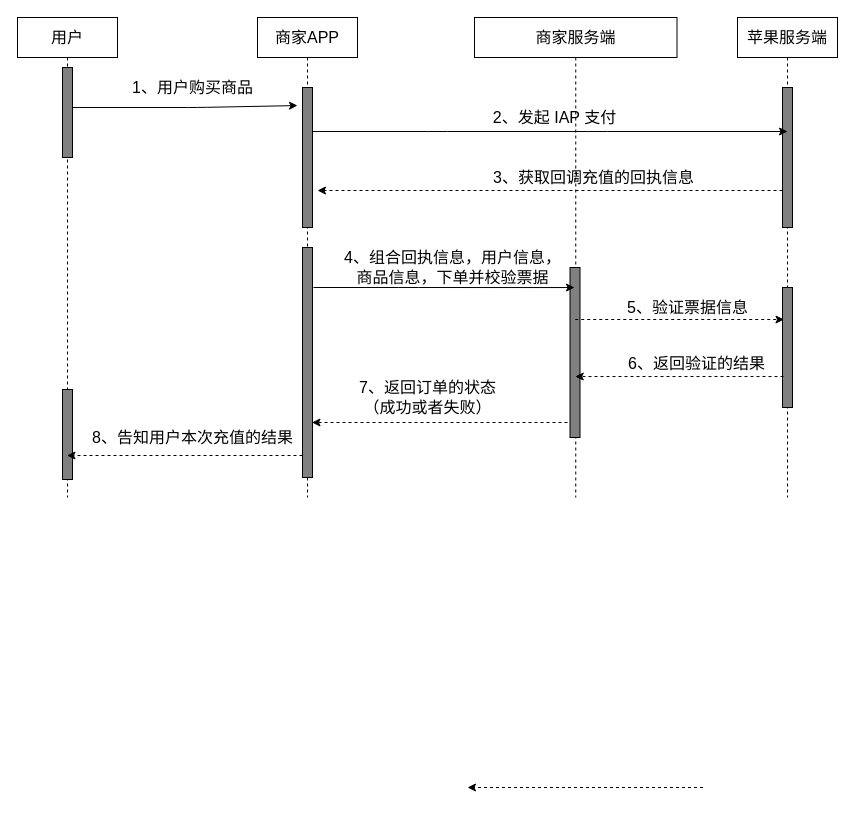
This is page "apple-iap-order-after" (1 of 4) of business/business.drawio from boilingfrog/Go-POINT, a draw.io file, before an edit. Source tidied: cells renumbered, new cells numbered last; positions are measured from the earlier drawing's top-left corner, leaving out a move shared by most shapes. Both pictures are drawn from the tidied source at 100%, with x=0, y=0 at pixel (17, 17).
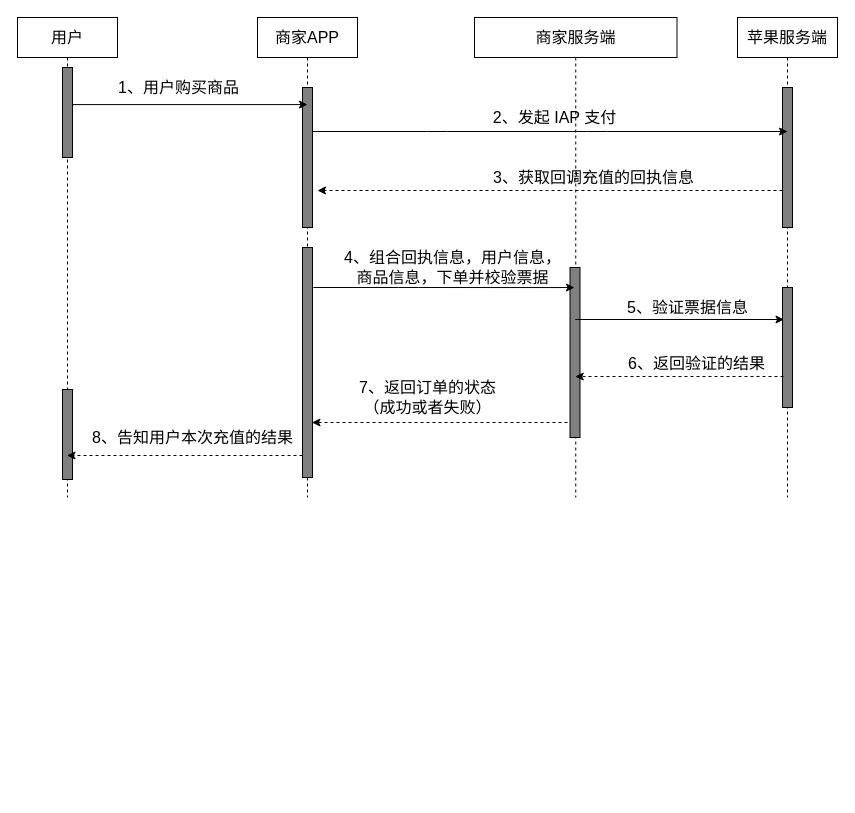
After the change.

The change refers to these unchanged cells:
```xml
<mxCell id="3" value="&lt;font style=&quot;font-size: 16px&quot;&gt;用户&lt;/font&gt;" style="shape=umlLifeline;perimeter=lifelinePerimeter;whiteSpace=wrap;html=1;outlineConnect=0;" parent="1" vertex="1">
  <mxGeometry width="100" height="480" as="geometry" />
</mxCell>
<mxCell id="7" style="html=1;points=[];perimeter=orthogonalPerimeter;fillColor=#808080;" parent="6" vertex="1">
  <mxGeometry x="45" y="70" width="10" height="140" as="geometry" />
</mxCell>
<mxCell id="9" value="&lt;font style=&quot;font-size: 16px&quot;&gt;商家服务端&lt;/font&gt;" style="shape=umlLifeline;perimeter=lifelinePerimeter;whiteSpace=wrap;html=1;outlineConnect=0;" parent="1" vertex="1">
  <mxGeometry x="457" width="202.5" height="480" as="geometry" />
</mxCell>
```

What changed in the source:
```diff
@@
-    <mxCell id="2" style="edgeStyle=none;html=1;fontSize=16;entryX=-0.5;entryY=0.129;entryDx=0;entryDy=0;entryPerimeter=0;" parent="1" edge="1" source="3" target="7">
-      <mxGeometry relative="1" as="geometry">
-        <Array as="points">
-          <mxPoint x="180" y="90" />
-        </Array>
-      </mxGeometry>
-    </mxCell>
@@
     <mxCell id="16" value="1、用户购买商品" style="text;html=1;align=center;verticalAlign=middle;strokeColor=none;fillColor=none;fontSize=16;" parent="1" vertex="1">
-      <mxGeometry x="105" y="60" width="140" height="20" as="geometry" />
+      <mxGeometry x="91" y="60" width="140" height="20" as="geometry" />
     </mxCell>
@@
-    <mxCell id="24" style="edgeStyle=none;html=1;dashed=1;fontSize=16;" parent="1" edge="1" source="9">
+    <mxCell id="24" style="edgeStyle=none;html=1;fontSize=16;" parent="1" edge="1" source="9">
       <mxGeometry relative="1" as="geometry">
         <mxPoint x="766.5" y="302" as="targetPoint" />
       </mxGeometry>
     </mxCell>
@@
-    <mxCell id="27" style="edgeStyle=none;html=1;dashed=1;fontSize=16;" parent="1" edge="1">
-      <mxGeometry relative="1" as="geometry">
-        <mxPoint x="685.5" y="770" as="sourcePoint" />
-        <mxPoint x="450" y="770" as="targetPoint" />
-      </mxGeometry>
-    </mxCell>
@@
+    <mxCell id="30" style="edgeStyle=none;html=1;entryX=0.5;entryY=0.179;entryDx=0;entryDy=0;entryPerimeter=0;fontSize=16;" parent="1" edge="1">
+      <mxGeometry relative="1" as="geometry">
+        <mxPoint x="55" y="87.1" as="sourcePoint" />
+        <mxPoint x="290" y="87.1" as="targetPoint" />
+      </mxGeometry>
+    </mxCell>
```
